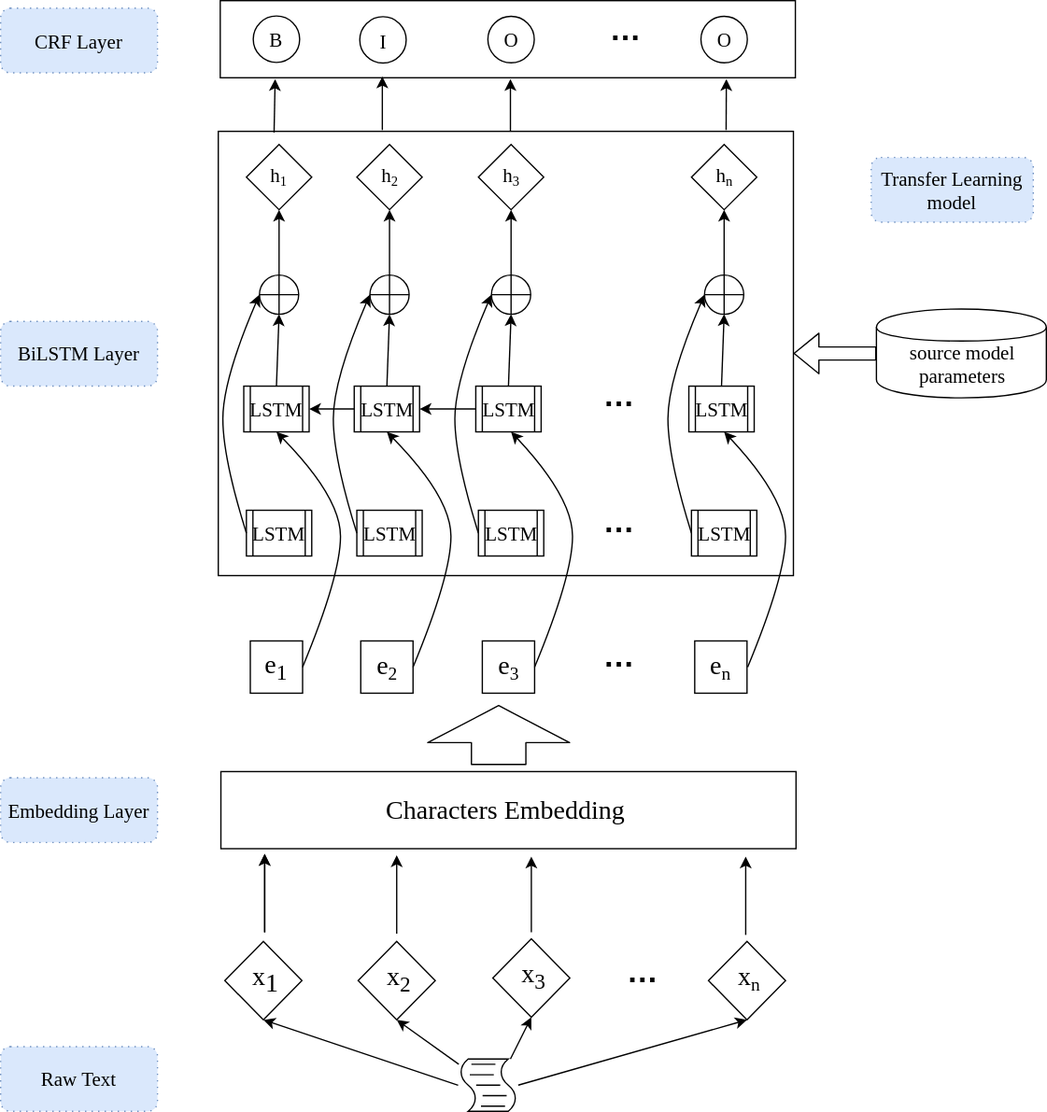
This is Trans-Bert-BiLSTM-CRF.svg from yhx123hero/CyberspaceSecurity_NER, a draw.io export, as it was before one commit. Source tidied: cells renumbered, new cells last; positions are measured from the earlier drawing's top-left corner, leaving out a move shared by most shapes.
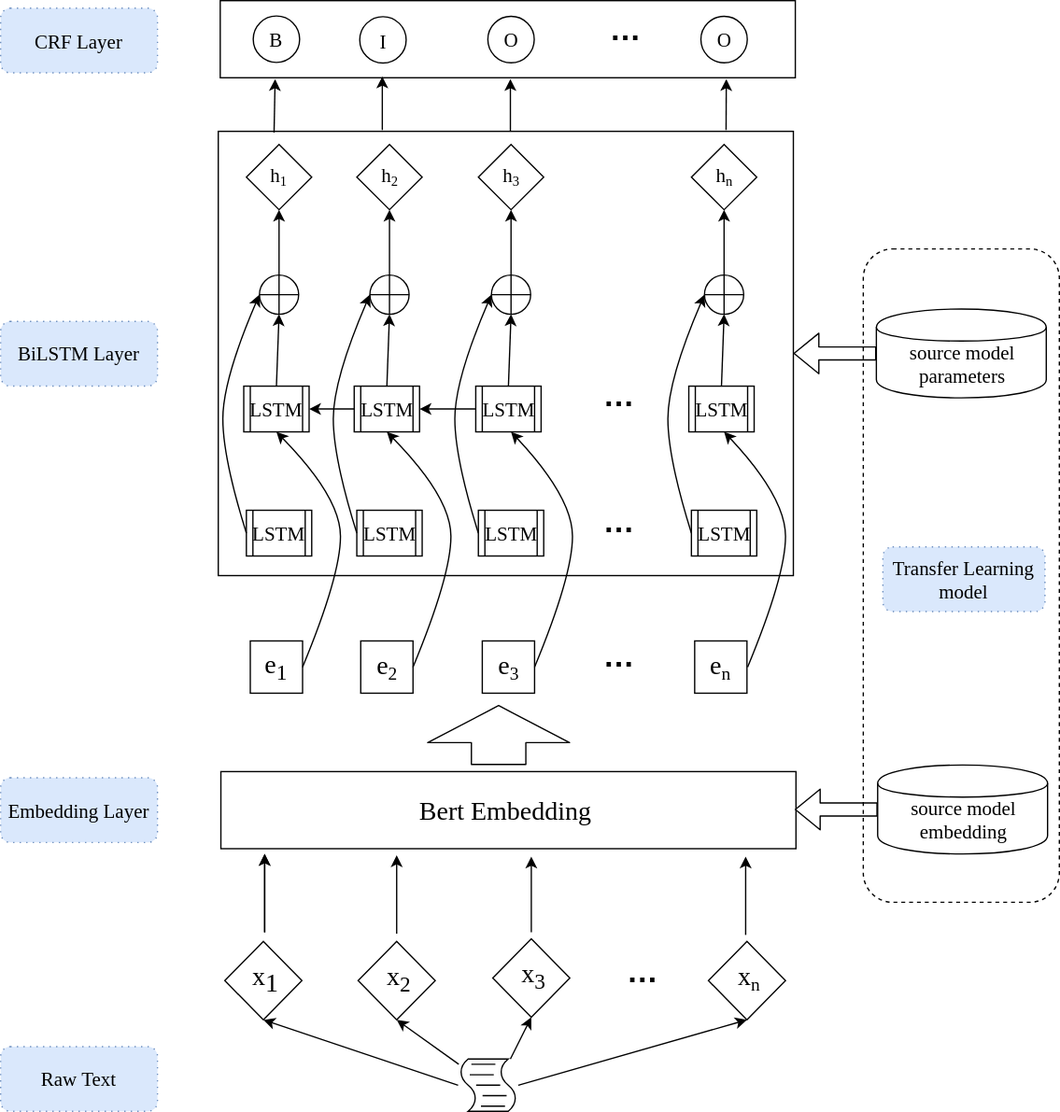
The same diagram one commit later.

Change to the diagram source:
```diff
@@ -2,6 +2,9 @@
   <root>
     <mxCell id="0" />
     <mxCell id="1" parent="0" />
+    <mxCell id="104" style="rounded=1;whiteSpace=wrap;html=1;dashed=1;" parent="1" vertex="1">
+      <mxGeometry x="660" y="190" width="150" height="500" as="geometry" />
+    </mxCell>
     <mxCell id="2" style="rounded=0;whiteSpace=wrap;html=1;" parent="1" vertex="1">
       <mxGeometry x="166.5" y="100" width="440" height="340" as="geometry" />
     </mxCell>
@@ -92,7 +95,7 @@
         <mxPoint x="570" y="655" as="targetPoint" />
       </mxGeometry>
     </mxCell>
-    <mxCell id="23" value="Characters Embedding" style="text;html=1;strokeColor=none;fillColor=none;align=center;verticalAlign=middle;whiteSpace=wrap;rounded=0;labelBackgroundColor=none;fontFamily=Georgia;fontSize=20;" parent="1" vertex="1">
+    <mxCell id="23" value="Bert Embedding" style="text;html=1;strokeColor=none;fillColor=none;align=center;verticalAlign=middle;whiteSpace=wrap;rounded=0;labelBackgroundColor=none;fontFamily=Georgia;fontSize=20;" parent="1" vertex="1">
       <mxGeometry x="280.2" y="609" width="212.5" height="20" as="geometry" />
     </mxCell>
     <mxCell id="24" style="whiteSpace=wrap;html=1;labelBackgroundColor=none;fontFamily=Georgia;fontSize=20;" parent="1" vertex="1">
@@ -383,7 +386,7 @@
       <mxGeometry y="594.8" width="120" height="49.5" as="geometry" />
     </mxCell>
     <mxCell id="101" value="Transfer Learning model" style="shape=ext;rounded=1;html=1;whiteSpace=wrap;dashed=1;dashPattern=1 4;labelBackgroundColor=none;fontFamily=Georgia;fontSize=15;fillColor=#dae8fc;strokeColor=#6c8ebf;" parent="1" vertex="1">
-      <mxGeometry x="666" y="120" width="124" height="49.5" as="geometry" />
+      <mxGeometry x="675" y="418" width="124" height="49.5" as="geometry" />
     </mxCell>
     <mxCell id="102" value="Raw Text" style="shape=ext;rounded=1;html=1;whiteSpace=wrap;dashed=1;dashPattern=1 4;labelBackgroundColor=none;fontFamily=Georgia;fontSize=15;fillColor=#dae8fc;strokeColor=#6c8ebf;" parent="1" vertex="1">
       <mxGeometry y="800.5" width="120" height="49.5" as="geometry" />
@@ -391,5 +394,16 @@
     <mxCell id="103" value="…" style="text;strokeColor=none;fillColor=none;html=1;fontSize=24;fontStyle=1;verticalAlign=middle;align=center;labelBackgroundColor=none;" parent="1" vertex="1">
       <mxGeometry x="427.5" y="2.5" width="100" height="40" as="geometry" />
     </mxCell>
+    <mxCell id="105" style="shape=cylinder;whiteSpace=wrap;html=1;boundedLbl=1;backgroundOutline=1;labelBackgroundColor=none;fontFamily=Georgia;fontSize=15;" parent="1" vertex="1">
+      <mxGeometry x="671" y="585" width="130" height="68" as="geometry" />
+    </mxCell>
+    <mxCell id="106" style="shape=flexArrow;endArrow=classic;html=1;fontFamily=Georgia;fontSize=15;entryX=1;entryY=0.5;entryDx=0;entryDy=0;exitX=0;exitY=0.5;exitDx=0;exitDy=0;" parent="1" edge="1" source="105">
+      <mxGeometry relative="1" as="geometry">
+        <mxPoint x="607.5" y="619" as="targetPoint" />
+      </mxGeometry>
+    </mxCell>
+    <mxCell id="107" value="source model embedding" style="text;html=1;strokeColor=none;fillColor=none;align=center;verticalAlign=middle;whiteSpace=wrap;rounded=0;labelBackgroundColor=none;fontFamily=Georgia;fontSize=15;" parent="1" vertex="1">
+      <mxGeometry x="687" y="615" width="100" height="23" as="geometry" />
+    </mxCell>
   </root>
 </mxGraphModel>
```
